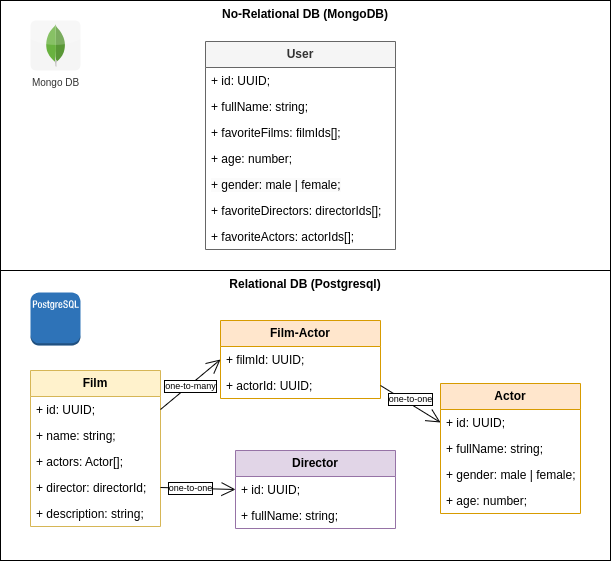
This is Movies-library.drawio.png from 21Michael/movies-library, a draw.io export, as it was before one commit. Source tidied: cells renumbered, new cells last; positions are measured from the earlier drawing's top-left corner, leaving out a move shared by most shapes.
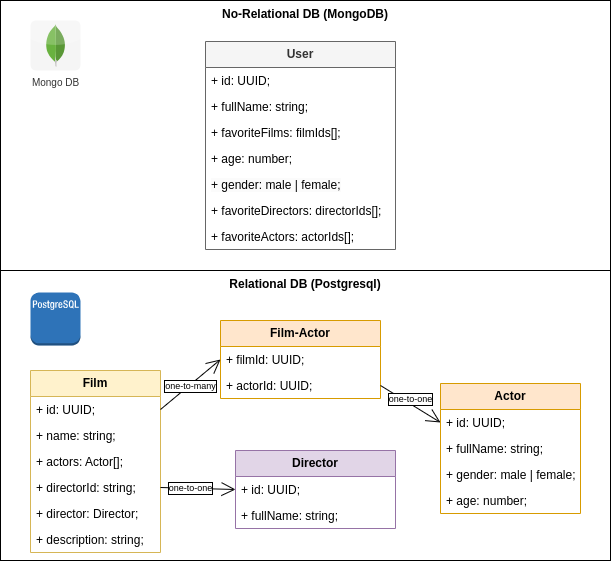
After the commit.

Change to the diagram source:
```diff
@@ -6,7 +6,7 @@
       <mxGeometry y="270" width="610" height="290" as="geometry" />
     </mxCell>
     <mxCell id="3" value="&lt;b&gt;Film&lt;/b&gt;" style="swimlane;fontStyle=0;horizontal=1;startSize=26;fillColor=#fff2cc;whiteSpace=wrap;html=1;strokeColor=#d6b656;" parent="1" vertex="1">
-      <mxGeometry x="30" y="370" width="130" height="156" as="geometry" />
+      <mxGeometry x="30" y="370" width="130" height="182" as="geometry" />
     </mxCell>
     <mxCell id="4" value="+ id: UUID;" style="text;strokeColor=none;fillColor=none;align=left;verticalAlign=top;spacingLeft=4;spacingRight=4;overflow=hidden;points=[[0,0.5],[1,0.5]];portConstraint=eastwest;whiteSpace=wrap;html=1;" parent="3" vertex="1">
       <mxGeometry y="26" width="130" height="26" as="geometry" />
@@ -17,11 +17,14 @@
     <mxCell id="6" value="+ actors: Actor[];" style="text;strokeColor=none;fillColor=none;align=left;verticalAlign=top;spacingLeft=4;spacingRight=4;overflow=hidden;whiteSpace=wrap;html=1;" parent="3" vertex="1">
       <mxGeometry y="78" width="130" height="26" as="geometry" />
     </mxCell>
+    <mxCell id="37" value="+ directorId: string;" style="text;strokeColor=none;fillColor=none;align=left;verticalAlign=top;spacingLeft=4;spacingRight=4;overflow=hidden;points=[[0,0.5],[1,0.5]];portConstraint=eastwest;whiteSpace=wrap;html=1;" parent="3" vertex="1">
+      <mxGeometry y="104" width="130" height="26" as="geometry" />
+    </mxCell>
-    <mxCell id="7" value="+ director: directorId;" style="text;strokeColor=none;fillColor=none;align=left;verticalAlign=top;spacingLeft=4;spacingRight=4;overflow=hidden;points=[[0,0.5],[1,0.5]];portConstraint=eastwest;whiteSpace=wrap;html=1;" parent="3" vertex="1">
-      <mxGeometry y="104" width="130" height="26" as="geometry" />
+    <mxCell id="7" value="+ director: Director;" style="text;strokeColor=none;fillColor=none;align=left;verticalAlign=top;spacingLeft=4;spacingRight=4;overflow=hidden;points=[[0,0.5],[1,0.5]];portConstraint=eastwest;whiteSpace=wrap;html=1;" parent="3" vertex="1">
+      <mxGeometry y="130" width="130" height="26" as="geometry" />
     </mxCell>
     <mxCell id="8" value="+ description: string;" style="text;strokeColor=none;fillColor=none;align=left;verticalAlign=top;spacingLeft=4;spacingRight=4;overflow=hidden;whiteSpace=wrap;html=1;" parent="3" vertex="1">
-      <mxGeometry y="130" width="130" height="26" as="geometry" />
+      <mxGeometry y="156" width="130" height="26" as="geometry" />
     </mxCell>
     <mxCell id="9" value="&lt;b&gt;Director&lt;/b&gt;" style="swimlane;fontStyle=0;horizontal=1;startSize=26;fillColor=#e1d5e7;whiteSpace=wrap;html=1;strokeColor=#9673a6;" parent="1" vertex="1">
       <mxGeometry x="235" y="450" width="160" height="78" as="geometry" />
@@ -89,7 +92,7 @@
     <mxCell id="30" value="+ actorId: UUID;" style="text;strokeColor=none;fillColor=none;align=left;verticalAlign=top;spacingLeft=4;spacingRight=4;overflow=hidden;points=[[0,0.5],[1,0.5]];portConstraint=eastwest;whiteSpace=wrap;html=1;" parent="28" vertex="1">
       <mxGeometry y="52" width="160" height="26" as="geometry" />
     </mxCell>
-    <mxCell id="31" style="endArrow=open;endFill=1;endSize=12;html=1;rounded=0;exitX=1;exitY=0.5;exitDx=0;exitDy=0;entryX=0;entryY=0.5;entryDx=0;entryDy=0;" parent="1" edge="1" source="7" target="10">
+    <mxCell id="31" style="endArrow=open;endFill=1;endSize=12;html=1;rounded=0;exitX=1;exitY=0.5;exitDx=0;exitDy=0;entryX=0;entryY=0.5;entryDx=0;entryDy=0;" parent="1" edge="1" source="37" target="10">
       <mxGeometry relative="1" as="geometry" />
     </mxCell>
     <mxCell id="32" value="one-to-one" style="edgeLabel;html=1;align=center;verticalAlign=middle;labelBorderColor=default;fontSize=9;" parent="31" vertex="1">
```
